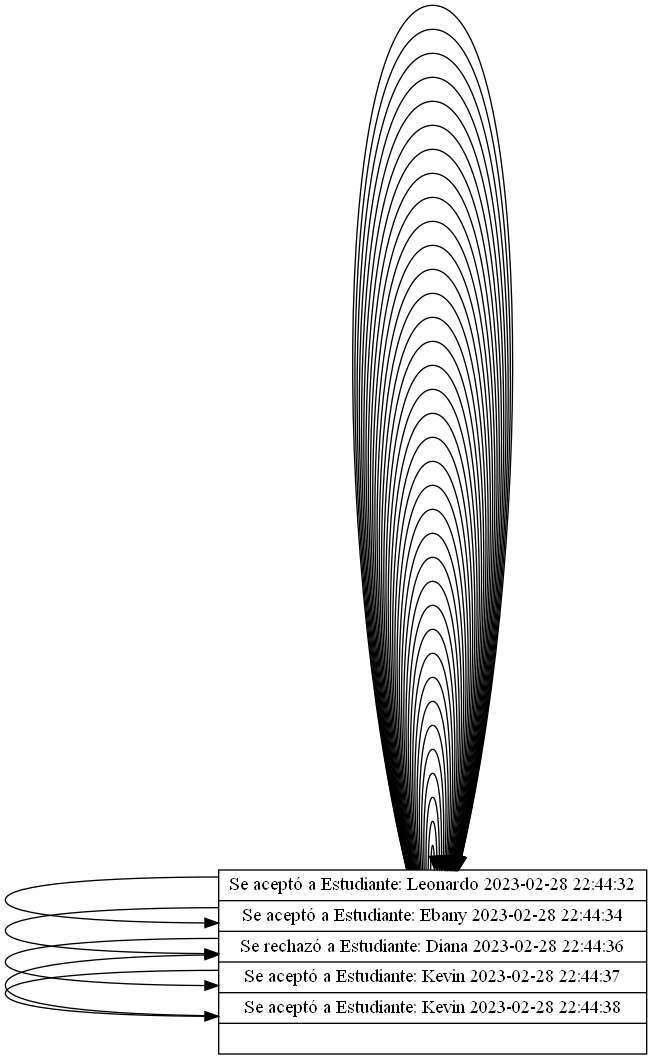
This is EDD_Proyecto1_Fase1/pila.png from Joshua0926/EDD_1S2023_PY_202110773, a Graphviz export, as it was before one commit. Its source is kept beside it as EDD_Proyecto1_Fase1/pila.dot. The source it was exported from:
```dot
digraph cola {
node [shape=record];
rankdir=LR;
cola [label="<f0> Se aceptó a Estudiante: Leonardo 2023-02-28 22:44:32 |<f1> Se aceptó a Estudiante: Ebany 2023-02-28 22:44:34 |<f2> Se rechazó a Estudiante: Diana 2023-02-28 22:44:36 |<f3> Se aceptó a Estudiante: Kevin 2023-02-28 22:44:37 |<f4> Se aceptó a Estudiante: Kevin 2023-02-28 22:44:38 |"];
cola:f0 -> cola:f1;
cola:f1 -> cola:f2;
cola:f2 -> cola:f3;
cola:f3 -> cola:f4;
cola:f4 -> cola:f5;
cola:f5 -> cola:f6;
cola:f6 -> cola:f7;
cola:f7 -> cola:f8;
cola:f8 -> cola:f9;
cola:f9 -> cola:f10;
cola:f10 -> cola:f11;
cola:f11 -> cola:f12;
cola:f12 -> cola:f13;
cola:f13 -> cola:f14;
cola:f14 -> cola:f15;
cola:f15 -> cola:f16;
cola:f16 -> cola:f17;
cola:f17 -> cola:f18;
cola:f18 -> cola:f19;
cola:f19 -> cola:f20;
cola:f20 -> cola:f21;
cola:f21 -> cola:f22;
cola:f22 -> cola:f23;
cola:f23 -> cola:f24;
cola:f24 -> cola:f25;
cola:f25 -> cola:f26;
cola:f26 -> cola:f27;
cola:f27 -> cola:f28;
cola:f28 -> cola:f29;
cola:f29 -> cola:f30;
cola:f30 -> cola:f31;
cola:f31 -> cola:f32;
cola:f32 -> cola:f33;
cola:f33 -> cola:f34;
cola:f34 -> cola:f35;
cola:f35 -> cola:f36;
cola:f36 -> cola:f37;
cola:f37 -> cola:f38;
cola:f38 -> cola:f39;
cola:f39 -> cola:f40;
cola:f40 -> cola:f41;
}
```
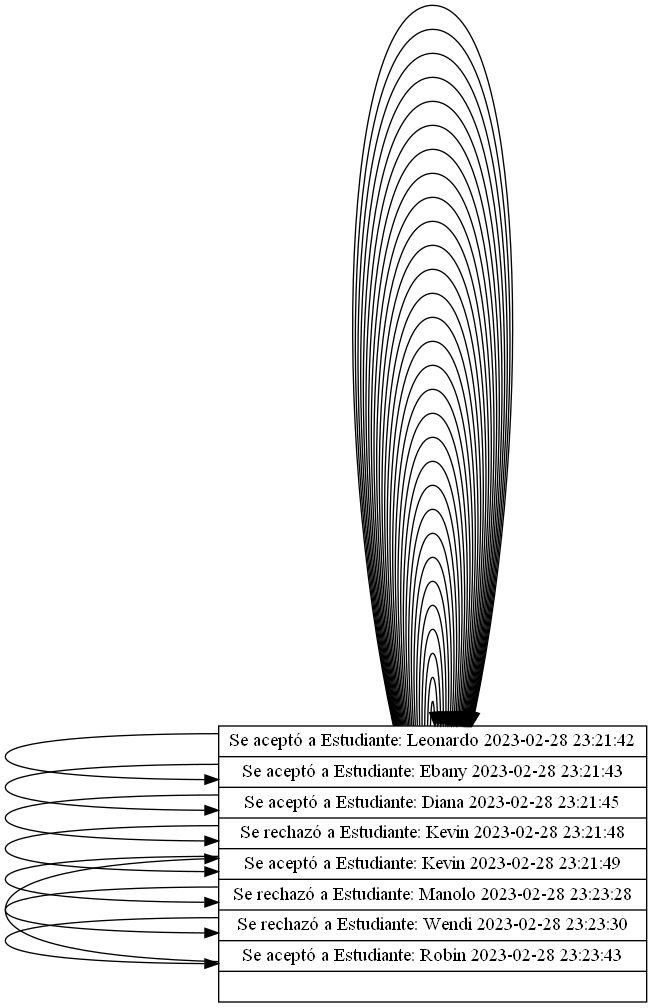
After the change.

Diff of the diagram source:
```diff
@@ -1,7 +1,7 @@
 digraph cola {
 node [shape=record];
 rankdir=LR;
-cola [label="<f0> Se aceptó a Estudiante: Leonardo 2023-02-28 22:44:32 |<f1> Se aceptó a Estudiante: Ebany 2023-02-28 22:44:34 |<f2> Se rechazó a Estudiante: Diana 2023-02-28 22:44:36 |<f3> Se aceptó a Estudiante: Kevin 2023-02-28 22:44:37 |<f4> Se aceptó a Estudiante: Kevin 2023-02-28 22:44:38 |"];
+cola [label="<f0> Se aceptó a Estudiante: Leonardo 2023-02-28 23:21:42 |<f1> Se aceptó a Estudiante: Ebany 2023-02-28 23:21:43 |<f2> Se aceptó a Estudiante: Diana 2023-02-28 23:21:45 |<f3> Se rechazó a Estudiante: Kevin 2023-02-28 23:21:48 |<f4> Se aceptó a Estudiante: Kevin 2023-02-28 23:21:49 |<f5> Se rechazó a Estudiante: Manolo 2023-02-28 23:23:28 |<f6> Se rechazó a Estudiante: Wendi 2023-02-28 23:23:30 |<f7> Se aceptó a Estudiante: Robin 2023-02-28 23:23:43 |"];
 cola:f0 -> cola:f1;
 cola:f1 -> cola:f2;
 cola:f2 -> cola:f3;
@@ -40,7 +40,4 @@
 cola:f35 -> cola:f36;
 cola:f36 -> cola:f37;
 cola:f37 -> cola:f38;
-cola:f38 -> cola:f39;
-cola:f39 -> cola:f40;
-cola:f40 -> cola:f41;
 }
```
